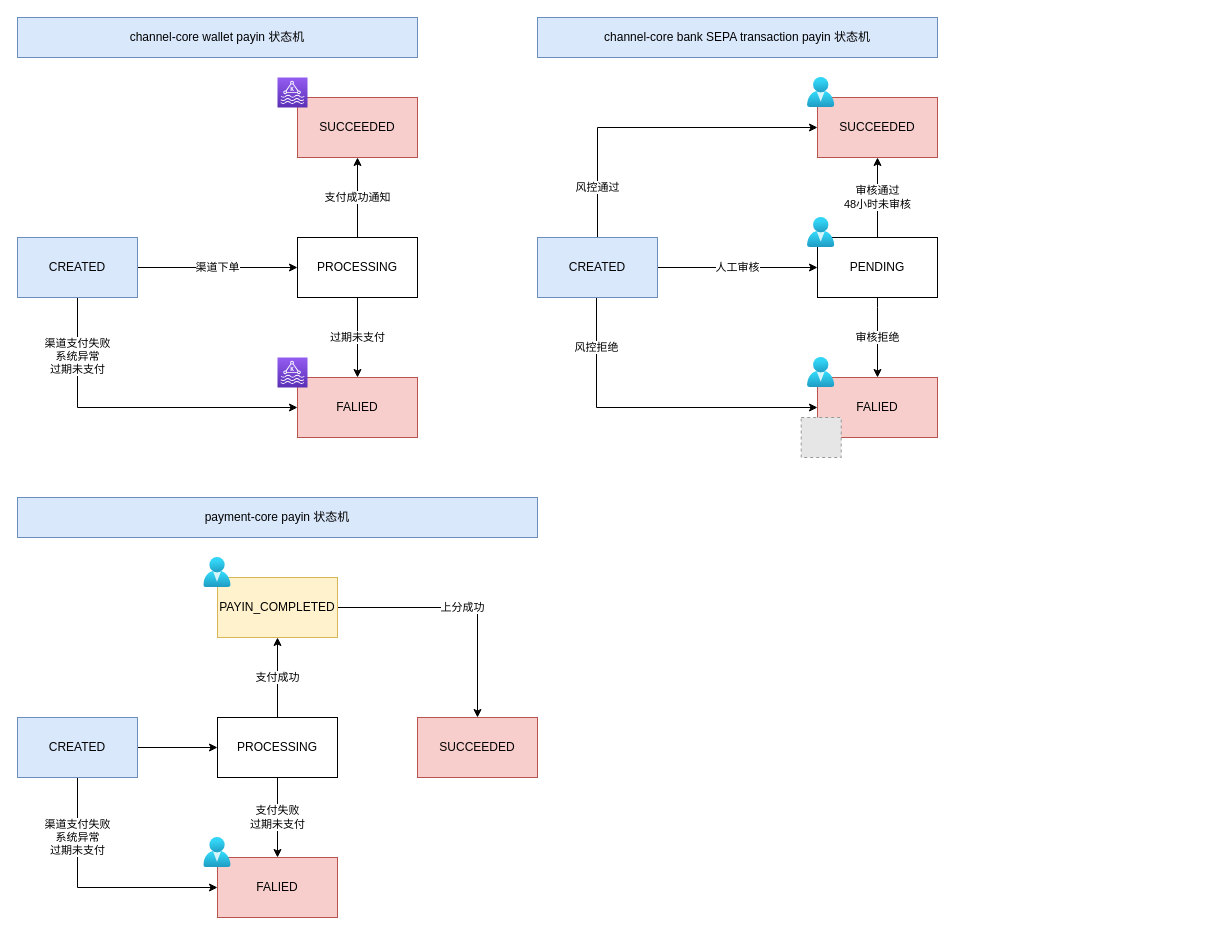
Before: page "状态机" (3 of 5) of 库珀架构.drawio in JudeSheng/design, a draw.io diagram. Source tidied: cells renumbered, new cells numbered last; positions are measured from the earlier drawing's top-left corner, leaving out a move shared by most shapes. Both pictures are drawn from the tidied source at 100%, with x=0, y=0 at pixel (17, 17). Pictures stored in the file or linked from it are replaced by grey dashed boxes.
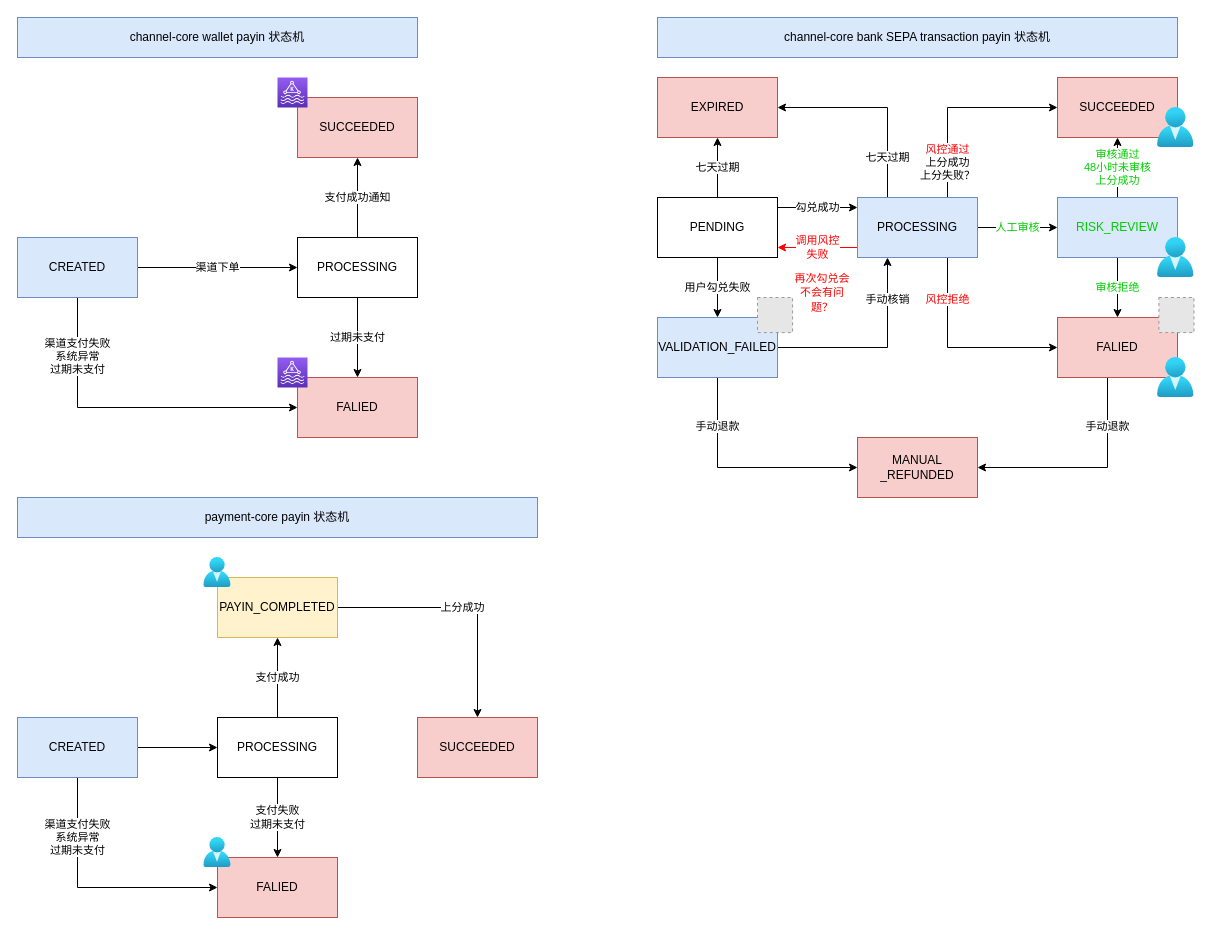
The same diagram, later.

Diff of the diagram source:
```diff
@@
-    <mxCell id="2" value="FALIED" style="rounded=0;whiteSpace=wrap;html=1;fillColor=#f8cecc;strokeColor=#b85450;" parent="1" vertex="1">
-      <mxGeometry x="800" y="360" width="120" height="60" as="geometry" />
-    </mxCell>
@@
     <mxCell id="23" value="channel-core bank SEPA transaction payin 状态机" style="rounded=0;whiteSpace=wrap;html=1;fillColor=#dae8fc;strokeColor=#6c8ebf;" parent="1" vertex="1">
-      <mxGeometry x="520" width="400" height="40" as="geometry" />
+      <mxGeometry x="640" width="520" height="40" as="geometry" />
     </mxCell>
-    <mxCell id="24" value="&lt;span style=&quot;color: rgb(0 , 0 , 0)&quot;&gt;人工审核&lt;/span&gt;&lt;span style=&quot;color: rgb(0 , 0 , 0)&quot;&gt;&lt;br&gt;&lt;/span&gt;" style="edgeStyle=orthogonalEdgeStyle;rounded=0;jettySize=auto;html=1;fontColor=#FF0000;" parent="1" edge="1" source="27" target="30">
-      <mxGeometry relative="1" as="geometry">
-        <Array as="points">
-          <mxPoint x="739.9" y="250" />
-          <mxPoint x="739.9" y="250" />
-        </Array>
-      </mxGeometry>
-    </mxCell>
-    <mxCell id="25" value="风控通过" style="edgeStyle=orthogonalEdgeStyle;rounded=0;jettySize=auto;html=1;fontColor=#000000;" parent="1" edge="1" source="27" target="31">
-      <mxGeometry x="-0.7" relative="1" as="geometry">
-        <Array as="points">
-          <mxPoint x="580" y="110" />
-        </Array>
-      </mxGeometry>
-    </mxCell>
-    <mxCell id="26" value="风控拒绝" style="edgeStyle=orthogonalEdgeStyle;rounded=0;jettySize=auto;html=1;fontColor=#000000;" parent="1" edge="1" source="27" target="2">
-      <mxGeometry x="-0.7" relative="1" as="geometry">
-        <Array as="points">
-          <mxPoint x="579" y="390" />
-        </Array>
-      </mxGeometry>
-    </mxCell>
-    <mxCell id="27" value="CREATED" style="rounded=0;whiteSpace=wrap;html=1;fillColor=#dae8fc;strokeColor=#6c8ebf;" parent="1" vertex="1">
-      <mxGeometry x="520" y="220" width="120" height="60" as="geometry" />
-    </mxCell>
-    <mxCell id="28" value="&lt;font color=&quot;#000000&quot;&gt;审核拒绝&lt;/font&gt;&lt;font color=&quot;#000000&quot;&gt;&lt;br&gt;&lt;/font&gt;" style="edgeStyle=orthogonalEdgeStyle;rounded=0;jettySize=auto;html=1;fontColor=#FF0000;" parent="1" edge="1" source="30" target="2">
-      <mxGeometry relative="1" as="geometry">
-        <Array as="points">
-          <mxPoint x="860" y="290" />
-          <mxPoint x="860" y="290" />
-        </Array>
-      </mxGeometry>
-    </mxCell>
-    <mxCell id="29" value="审核通过&lt;br&gt;48小时未审核" style="edgeStyle=orthogonalEdgeStyle;rounded=0;jettySize=auto;html=1;fontColor=#000000;" parent="1" edge="1" source="30" target="31">
-      <mxGeometry relative="1" as="geometry">
-        <Array as="points">
-          <mxPoint x="860" y="250" />
-        </Array>
-      </mxGeometry>
-    </mxCell>
-    <mxCell id="30" value="PENDING" style="rounded=0;whiteSpace=wrap;html=1;" parent="1" vertex="1">
-      <mxGeometry x="800" y="220" width="120" height="60" as="geometry" />
-    </mxCell>
-    <mxCell id="31" value="SUCCEEDED" style="rounded=0;whiteSpace=wrap;html=1;fillColor=#f8cecc;strokeColor=#b85450;" parent="1" vertex="1">
-      <mxGeometry x="800" y="80" width="120" height="60" as="geometry" />
-    </mxCell>
@@
-    <mxCell id="34" style="html=1;align=center;image;fontSize=12;image=img/lib/azure2/identity/Users.svg;rounded=1;shadow=0;glass=0;sketch=0;fillStyle=solid;fontColor=#00CC00;strokeColor=default;fillColor=default;gradientColor=none;gradientDirection=north;" parent="1" vertex="1">
-      <mxGeometry x="790" y="60" width="27.4" height="30" as="geometry" />
-    </mxCell>
-    <mxCell id="35" style="html=1;align=center;image;fontSize=12;image=img/lib/azure2/identity/Users.svg;rounded=1;shadow=0;glass=0;sketch=0;fillStyle=solid;fontColor=#00CC00;strokeColor=default;fillColor=default;gradientColor=none;gradientDirection=north;" parent="1" vertex="1">
-      <mxGeometry x="790" y="340" width="27.4" height="30" as="geometry" />
-    </mxCell>
-    <mxCell id="36" style="html=1;align=center;image;fontSize=12;image=img/lib/azure2/identity/Users.svg;rounded=1;shadow=0;glass=0;sketch=0;fillStyle=solid;fontColor=#00CC00;strokeColor=default;fillColor=default;gradientColor=none;gradientDirection=north;" parent="1" vertex="1">
-      <mxGeometry x="790" y="200" width="27.4" height="30" as="geometry" />
-    </mxCell>
@@
+    <mxCell id="40" value="勾兑成功" style="edgeStyle=orthogonalEdgeStyle;rounded=0;jettySize=auto;html=1;fontColor=#000000;strokeColor=#000000;" parent="1" edge="1" source="30" target="46">
+      <mxGeometry relative="1" as="geometry">
+        <Array as="points">
+          <mxPoint x="780" y="190" />
+          <mxPoint x="780" y="190" />
+        </Array>
+      </mxGeometry>
+    </mxCell>
+    <mxCell id="41" value="&lt;div style=&quot;text-align: start;&quot;&gt;&lt;span style=&quot;text-align: center;&quot;&gt;用户勾兑失败&lt;/span&gt;&lt;br&gt;&lt;/div&gt;" style="edgeStyle=orthogonalEdgeStyle;rounded=0;jettySize=auto;html=1;fontColor=#000000;strokeColor=#000000;" parent="1" edge="1" source="30" target="49">
+      <mxGeometry relative="1" as="geometry">
+        <Array as="points">
+          <mxPoint x="710" y="350" />
+        </Array>
+      </mxGeometry>
+    </mxCell>
+    <mxCell id="42" value="&lt;font color=&quot;#000000&quot;&gt;七天过期&lt;/font&gt;" style="edgeStyle=orthogonalEdgeStyle;rounded=0;jettySize=auto;html=1;fontColor=#FF0000;strokeColor=#000000;" parent="1" edge="1" source="30" target="57">
+      <mxGeometry relative="1" as="geometry" />
+    </mxCell>
+    <mxCell id="30" value="PENDING" style="rounded=0;whiteSpace=wrap;html=1;" parent="1" vertex="1">
+      <mxGeometry x="640" y="180" width="120" height="60" as="geometry" />
+    </mxCell>
+    <mxCell id="26" value="风控拒绝" style="edgeStyle=orthogonalEdgeStyle;rounded=0;jettySize=auto;html=1;fontColor=#FF0000;strokeColor=#000000;" parent="1" edge="1" source="46" target="2">
+      <mxGeometry x="-0.58" relative="1" as="geometry">
+        <Array as="points">
+          <mxPoint x="930" y="330" />
+        </Array>
+      </mxGeometry>
+    </mxCell>
+    <mxCell id="43" value="&lt;font color=&quot;#ff0000&quot;&gt;风控通过&lt;/font&gt;&lt;br&gt;上分成功&lt;br&gt;上分失败？" style="edgeStyle=orthogonalEdgeStyle;rounded=0;jettySize=auto;html=1;fontColor=#000000;strokeColor=#000000;" parent="1" edge="1" source="46" target="31">
+      <mxGeometry x="-0.65" relative="1" as="geometry">
+        <Array as="points">
+          <mxPoint x="930" y="90" />
+        </Array>
+      </mxGeometry>
+    </mxCell>
+    <mxCell id="24" value="人工审核" style="edgeStyle=orthogonalEdgeStyle;rounded=0;jettySize=auto;html=1;fontColor=#00CC00;strokeColor=#000000;" parent="1" edge="1" source="46" target="53">
+      <mxGeometry relative="1" as="geometry" />
+    </mxCell>
+    <mxCell id="44" value="&lt;span style=&quot;color: rgb(0, 0, 0);&quot;&gt;七天过期&lt;/span&gt;" style="edgeStyle=orthogonalEdgeStyle;rounded=0;jettySize=auto;html=1;fontColor=#FF0000;strokeColor=#000000;" parent="1" edge="1" source="46" target="57">
+      <mxGeometry x="-0.6" relative="1" as="geometry">
+        <Array as="points">
+          <mxPoint x="870" y="90" />
+        </Array>
+      </mxGeometry>
+    </mxCell>
+    <mxCell id="45" value="调用风控&lt;br&gt;失败" style="edgeStyle=orthogonalEdgeStyle;rounded=0;jettySize=auto;html=1;fontColor=#FF0000;strokeColor=#FF0000;" parent="1" edge="1" source="46" target="30">
+      <mxGeometry relative="1" as="geometry">
+        <Array as="points">
+          <mxPoint x="800" y="230" />
+          <mxPoint x="800" y="230" />
+        </Array>
+      </mxGeometry>
+    </mxCell>
+    <mxCell id="46" value="PROCESSING" style="rounded=0;whiteSpace=wrap;html=1;fillColor=#dae8fc;strokeColor=#6c8ebf;" parent="1" vertex="1">
+      <mxGeometry x="840" y="180" width="120" height="60" as="geometry" />
+    </mxCell>
+    <mxCell id="47" value="手动核销" style="edgeStyle=orthogonalEdgeStyle;rounded=0;jettySize=auto;html=1;fontColor=#000000;strokeColor=#000000;" parent="1" edge="1" source="49" target="46">
+      <mxGeometry x="0.58" relative="1" as="geometry">
+        <Array as="points">
+          <mxPoint x="870" y="330" />
+        </Array>
+      </mxGeometry>
+    </mxCell>
+    <mxCell id="48" value="手动退款" style="edgeStyle=orthogonalEdgeStyle;rounded=0;jettySize=auto;html=1;fontColor=#000000;strokeColor=#000000;" parent="1" edge="1" source="49" target="51">
+      <mxGeometry x="-0.57" relative="1" as="geometry">
+        <Array as="points">
+          <mxPoint x="700" y="450" />
+        </Array>
+      </mxGeometry>
+    </mxCell>
+    <mxCell id="49" value="VALIDATION_FAILED" style="rounded=0;whiteSpace=wrap;html=1;fillColor=#dae8fc;strokeColor=#6c8ebf;" parent="1" vertex="1">
+      <mxGeometry x="640" y="300" width="120" height="60" as="geometry" />
+    </mxCell>
+    <mxCell id="50" value="手动退款" style="edgeStyle=orthogonalEdgeStyle;rounded=0;jettySize=auto;html=1;fontColor=#000000;strokeColor=#000000;" parent="1" edge="1" source="2" target="51">
+      <mxGeometry x="-0.55" relative="1" as="geometry">
+        <Array as="points">
+          <mxPoint x="1090" y="320" />
+        </Array>
+      </mxGeometry>
+    </mxCell>
+    <mxCell id="2" value="FALIED" style="rounded=0;whiteSpace=wrap;html=1;fillColor=#f8cecc;strokeColor=#b85450;" parent="1" vertex="1">
+      <mxGeometry x="1040" y="300" width="120" height="60" as="geometry" />
+    </mxCell>
+    <mxCell id="51" value="MANUAL&lt;br&gt;_REFUNDED" style="rounded=0;whiteSpace=wrap;html=1;fillColor=#f8cecc;strokeColor=#b85450;" parent="1" vertex="1">
+      <mxGeometry x="840" y="420" width="120" height="60" as="geometry" />
+    </mxCell>
+    <mxCell id="31" value="SUCCEEDED" style="rounded=0;whiteSpace=wrap;html=1;fillColor=#f8cecc;strokeColor=#b85450;" parent="1" vertex="1">
+      <mxGeometry x="1040" y="60" width="120" height="60" as="geometry" />
+    </mxCell>
+    <mxCell id="28" value="审核拒绝" style="edgeStyle=orthogonalEdgeStyle;rounded=0;jettySize=auto;html=1;fontColor=#00CC00;strokeColor=#000000;" parent="1" edge="1" source="53" target="2">
+      <mxGeometry relative="1" as="geometry" />
+    </mxCell>
+    <mxCell id="52" value="审核通过&lt;br&gt;48小时未审核&lt;br&gt;上分成功" style="edgeStyle=orthogonalEdgeStyle;rounded=0;jettySize=auto;html=1;fontColor=#00CC00;strokeColor=#000000;" parent="1" edge="1" source="53" target="31">
+      <mxGeometry relative="1" as="geometry">
+        <Array as="points">
+          <mxPoint x="1100" y="140" />
+          <mxPoint x="1100" y="140" />
+        </Array>
+      </mxGeometry>
+    </mxCell>
+    <mxCell id="53" value="RISK_REVIEW" style="rounded=0;whiteSpace=wrap;html=1;fillColor=#dae8fc;strokeColor=#6c8ebf;fontColor=#00CC00;" parent="1" vertex="1">
+      <mxGeometry x="1040" y="180" width="120" height="60" as="geometry" />
+    </mxCell>
+    <mxCell id="35" style="html=1;align=center;image;fontSize=12;image=img/lib/azure2/identity/Users.svg;rounded=1;shadow=0;glass=0;sketch=0;fillStyle=solid;fontColor=#00CC00;strokeColor=default;fillColor=default;gradientColor=none;gradientDirection=north;" parent="1" vertex="1">
+      <mxGeometry x="1140" y="340" width="36.6" height="40" as="geometry" />
+    </mxCell>
     <mxCell id="39" style="fillColor=#E6E6E6;strokeColor=#999999;dashed=1;html=1;verticalAlign=top;verticalLabelPosition=bottom;labelBackgroundColor=#ffffff;fontSize=12;fontColor=#00CC00;" parent="1" vertex="1">
-      <mxGeometry x="783.7" y="400" width="40" height="40" as="geometry" />
+      <mxGeometry x="1141.4" y="280" width="35.1" height="35.1" as="geometry" />
     </mxCell>
+    <mxCell id="54" style="html=1;align=center;image;fontSize=12;image=img/lib/azure2/identity/Users.svg;rounded=1;shadow=0;glass=0;sketch=0;fillStyle=solid;fontColor=#00CC00;strokeColor=default;fillColor=default;gradientColor=none;gradientDirection=north;" parent="1" vertex="1">
+      <mxGeometry x="1140" y="90" width="36.6" height="40" as="geometry" />
+    </mxCell>
+    <mxCell id="55" style="html=1;align=center;image;fontSize=12;image=img/lib/azure2/identity/Users.svg;rounded=1;shadow=0;glass=0;sketch=0;fillStyle=solid;fontColor=#00CC00;strokeColor=default;fillColor=default;gradientColor=none;gradientDirection=north;" parent="1" vertex="1">
+      <mxGeometry x="1140" y="220" width="36.6" height="40" as="geometry" />
+    </mxCell>
+    <mxCell id="56" style="fillColor=#E6E6E6;strokeColor=#999999;dashed=1;html=1;verticalAlign=top;verticalLabelPosition=bottom;labelBackgroundColor=#ffffff;fontSize=12;fontColor=#00CC00;" parent="1" vertex="1">
+      <mxGeometry x="740" y="280" width="35.1" height="35.1" as="geometry" />
+    </mxCell>
+    <mxCell id="57" value="EXPIRED" style="rounded=0;whiteSpace=wrap;html=1;fillColor=#f8cecc;strokeColor=#b85450;" parent="1" vertex="1">
+      <mxGeometry x="640" y="60" width="120" height="60" as="geometry" />
+    </mxCell>
+    <mxCell id="58" value="&lt;span style=&quot;color: rgb(255, 0, 0); font-size: 11px;&quot;&gt;再次勾兑会不会有问题？&lt;/span&gt;" style="text;html=1;strokeColor=none;fillColor=none;align=center;verticalAlign=middle;whiteSpace=wrap;rounded=0;fontColor=#00CC00;" parent="1" vertex="1">
+      <mxGeometry x="775" y="260" width="60" height="30" as="geometry" />
+    </mxCell>
```
